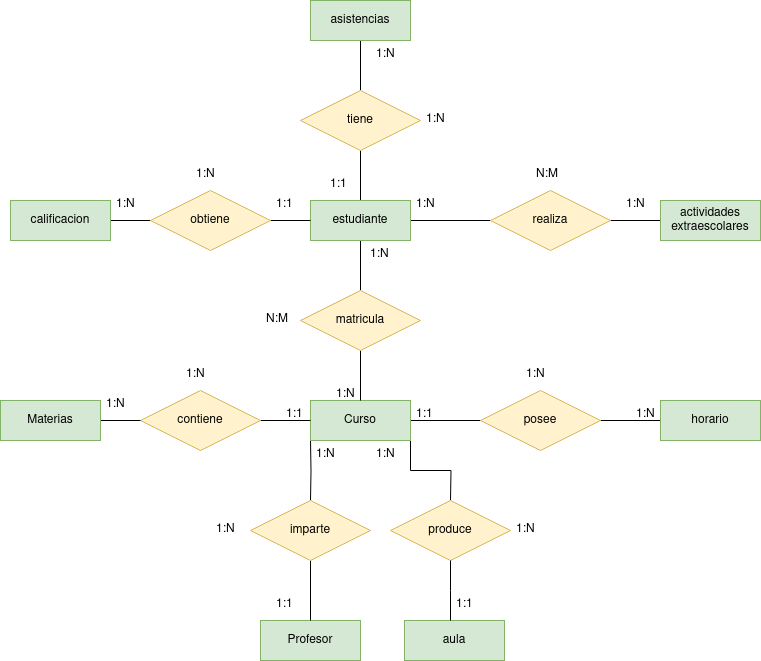
Before: Unidad-1/Tareas/Tarea-8/tarea8.drawio.png, a diagram exported from draw.io (jdrguez/2-Daw). Source tidied: cells renumbered, new cells last; positions are measured from the earlier drawing's top-left corner, leaving out a move shared by most shapes.
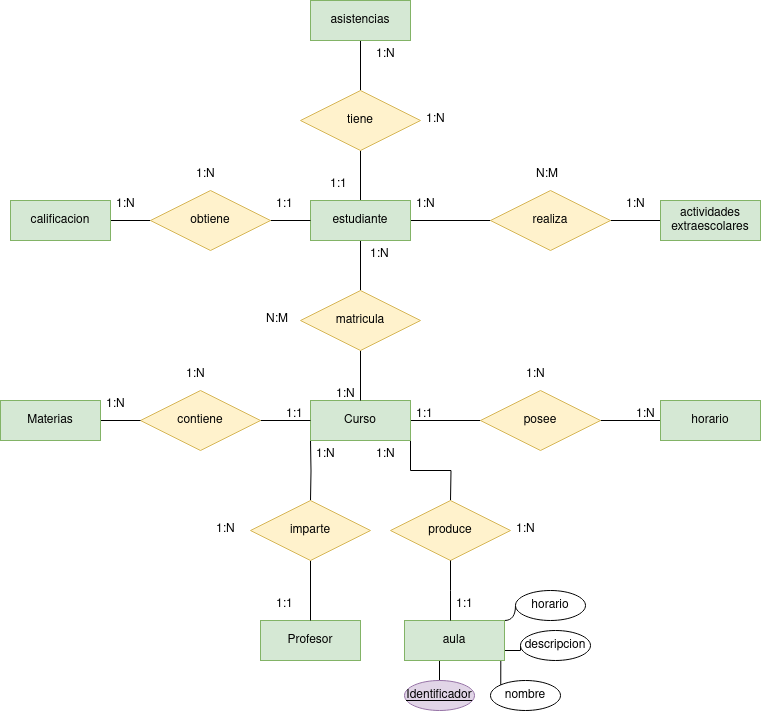
Later version of the same file.

Diff of the diagram source:
```diff
@@ -87,6 +87,18 @@
     <mxCell id="28" value="produce" style="shape=rhombus;perimeter=rhombusPerimeter;whiteSpace=wrap;html=1;align=center;fillColor=#fff2cc;strokeColor=#d6b656;" parent="1" vertex="1">
       <mxGeometry x="390" y="500" width="120" height="60" as="geometry" />
     </mxCell>
+    <mxCell id="59" style="edgeStyle=orthogonalEdgeStyle;rounded=0;jettySize=auto;html=1;exitX=0.25;exitY=1;exitDx=0;exitDy=0;entryX=0.5;entryY=0;entryDx=0;entryDy=0;endArrow=none;endFill=0;" parent="1" edge="1" source="29" target="63">
+      <mxGeometry relative="1" as="geometry" />
+    </mxCell>
+    <mxCell id="60" style="edgeStyle=orthogonalEdgeStyle;rounded=0;jettySize=auto;html=1;exitX=1;exitY=1;exitDx=0;exitDy=0;entryX=0;entryY=0;entryDx=0;entryDy=0;endArrow=none;endFill=0;" parent="1" edge="1" source="29" target="64">
+      <mxGeometry relative="1" as="geometry" />
+    </mxCell>
+    <mxCell id="61" style="edgeStyle=orthogonalEdgeStyle;rounded=0;jettySize=auto;html=1;exitX=1;exitY=0.75;exitDx=0;exitDy=0;entryX=0;entryY=0.5;entryDx=0;entryDy=0;endArrow=none;endFill=0;" parent="1" edge="1" source="29" target="65">
+      <mxGeometry relative="1" as="geometry" />
+    </mxCell>
+    <mxCell id="62" style="edgeStyle=orthogonalEdgeStyle;rounded=0;jettySize=auto;html=1;exitX=1;exitY=0;exitDx=0;exitDy=0;entryX=0;entryY=0.5;entryDx=0;entryDy=0;endArrow=none;endFill=0;curved=1;" parent="1" edge="1" source="29" target="66">
+      <mxGeometry relative="1" as="geometry" />
+    </mxCell>
     <mxCell id="29" value="aula" style="whiteSpace=wrap;html=1;align=center;fillColor=#d5e8d4;strokeColor=#82b366;" parent="1" vertex="1">
       <mxGeometry x="404" y="620" width="100" height="40" as="geometry" />
     </mxCell>
@@ -179,5 +191,17 @@
     <mxCell id="58" value="1:N" style="text;strokeColor=none;fillColor=none;spacingLeft=4;spacingRight=4;overflow=hidden;fontSize=12;whiteSpace=wrap;html=1;" parent="1" vertex="1">
       <mxGeometry x="420" y="105" width="40" height="30" as="geometry" />
     </mxCell>
+    <mxCell id="63" value="&lt;u&gt;Identificador&lt;/u&gt;" style="ellipse;whiteSpace=wrap;html=1;align=center;fillColor=#e1d5e7;strokeColor=#9673a6;" parent="1" vertex="1">
+      <mxGeometry x="404" y="680" width="70" height="30" as="geometry" />
+    </mxCell>
+    <mxCell id="64" value="nombre" style="ellipse;whiteSpace=wrap;html=1;align=center;" parent="1" vertex="1">
+      <mxGeometry x="490" y="680" width="70" height="30" as="geometry" />
+    </mxCell>
+    <mxCell id="65" value="descripcion" style="ellipse;whiteSpace=wrap;html=1;align=center;" parent="1" vertex="1">
+      <mxGeometry x="520" y="630" width="70" height="30" as="geometry" />
+    </mxCell>
+    <mxCell id="66" value="horario" style="ellipse;whiteSpace=wrap;html=1;align=center;" parent="1" vertex="1">
+      <mxGeometry x="515" y="590" width="70" height="30" as="geometry" />
+    </mxCell>
   </root>
 </mxGraphModel>
```
